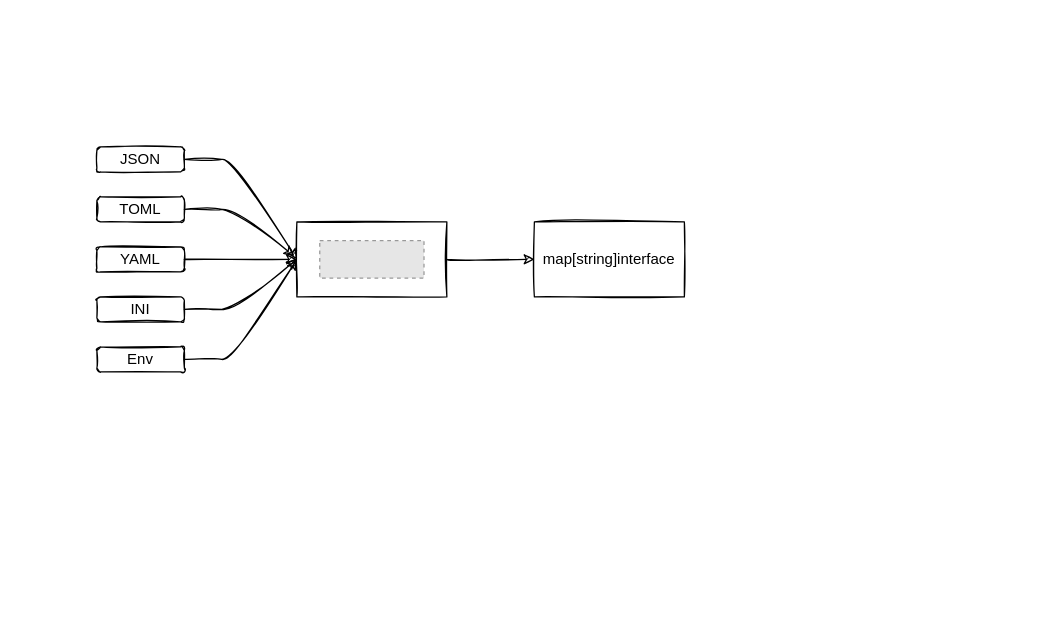
Before: drawio/viperdrawio.drawio in jackcipher/assets, a draw.io diagram. Source tidied: cells renumbered, new cells numbered last; positions are measured from the earlier drawing's top-left corner, leaving out a move shared by most shapes. Both pictures are drawn from the tidied source at 125%, with x=0, y=0 at pixel (21, 21). Pictures stored in the file or linked from it are replaced by grey dashed boxes.
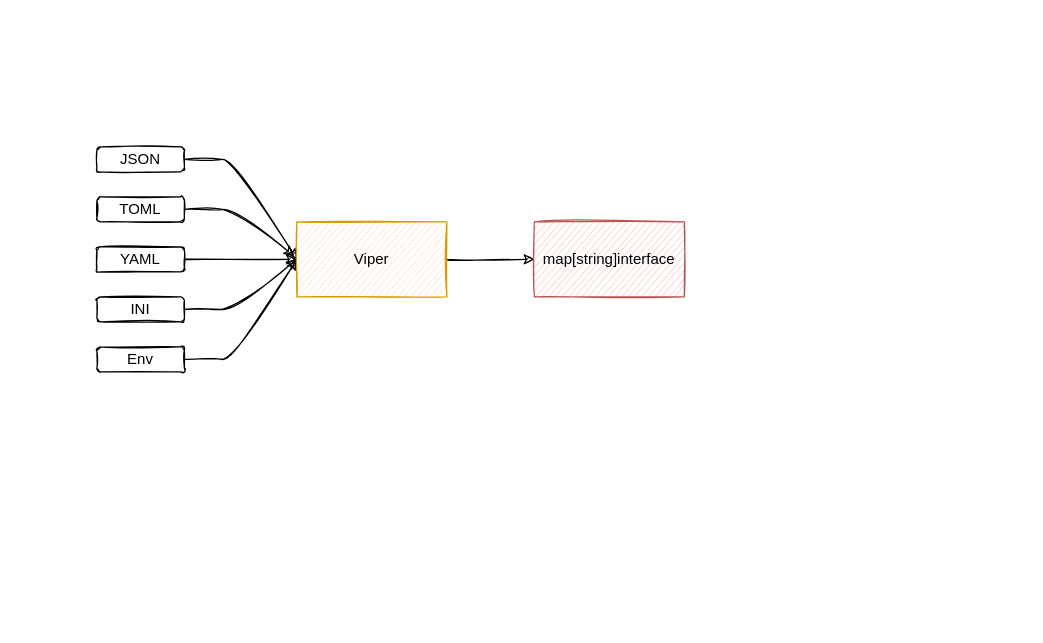
Above is the later version.

The edit, as a diff of the source:
```diff
@@
-    <mxCell id="4" style="group;" parent="3" vertex="1">
-      <mxGeometry x="220" y="160" width="120" height="60" as="geometry" />
-    </mxCell>
-    <mxCell id="5" style="rounded=0;whiteSpace=wrap;html=1;sketch=1;" parent="4" vertex="1">
-      <mxGeometry width="120" height="60" as="geometry" />
-    </mxCell>
-    <mxCell id="6" style="fillColor=#E6E6E6;strokeColor=#999999;dashed=1;verticalLabelPosition=bottom;labelBackgroundColor=default;verticalAlign=top;" parent="4" vertex="1">
-      <mxGeometry x="18.3" y="15" width="83.4" height="30" as="geometry" />
-    </mxCell>
@@
-    <mxCell id="18" value="map[string]interface" style="rounded=0;whiteSpace=wrap;html=1;sketch=1;" parent="3" vertex="1">
+    <mxCell id="18" value="map[string]interface" style="rounded=0;whiteSpace=wrap;html=1;sketch=1;fillColor=#f8cecc;strokeColor=#b85450;" parent="3" vertex="1">
       <mxGeometry x="410" y="160" width="120" height="60" as="geometry" />
     </mxCell>
+    <mxCell id="5" value="Viper" style="rounded=0;whiteSpace=wrap;html=1;sketch=1;fillColor=#ffe6cc;strokeColor=#d79b00;" parent="3" vertex="1">
+      <mxGeometry x="220" y="160" width="120" height="60" as="geometry" />
+    </mxCell>
```
